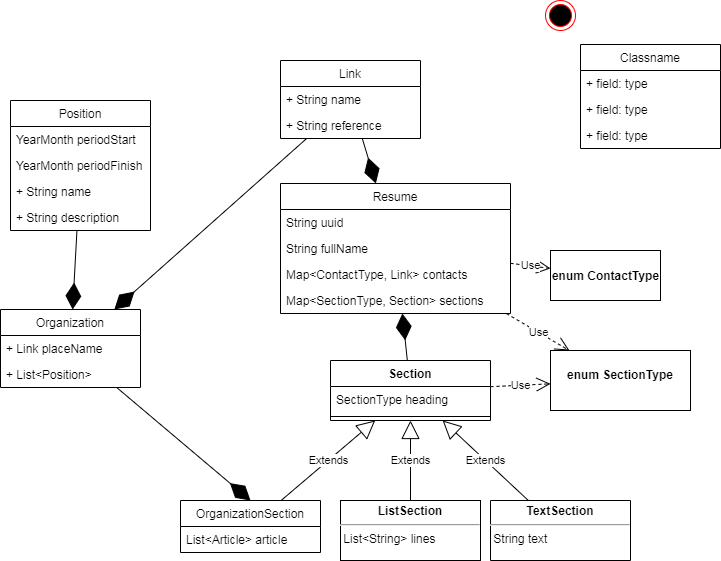
Earlier version of the draw.io export basejava.png (ticherti/basejava). Source tidied: cells renumbered, new cells last; positions are measured from the earlier drawing's top-left corner, leaving out a move shared by most shapes. Its diagram source:
```xml
<mxGraphModel>
  <root>
    <mxCell id="0" />
    <mxCell id="1" parent="0" />
    <mxCell id="2" value="Resume" style="swimlane;fontStyle=0;horizontal=1;startSize=26;fillColor=none;" parent="1" vertex="1">
      <mxGeometry x="280" y="183" width="230" height="130" as="geometry" />
    </mxCell>
    <mxCell id="3" value="String uuid" style="text;strokeColor=none;fillColor=none;align=left;verticalAlign=top;spacingLeft=4;spacingRight=4;overflow=hidden;" parent="2" vertex="1">
      <mxGeometry y="26" width="230" height="26" as="geometry" />
    </mxCell>
    <mxCell id="4" value="String fullName" style="text;strokeColor=none;fillColor=none;align=left;verticalAlign=top;spacingLeft=4;spacingRight=4;overflow=hidden;" parent="2" vertex="1">
      <mxGeometry y="52" width="230" height="26" as="geometry" />
    </mxCell>
    <mxCell id="5" value="Map&lt;ContactType, Link&gt; contacts " style="text;strokeColor=none;fillColor=none;align=left;verticalAlign=top;spacingLeft=4;spacingRight=4;overflow=hidden;" parent="2" vertex="1">
      <mxGeometry y="78" width="230" height="26" as="geometry" />
    </mxCell>
    <mxCell id="6" value="Map&lt;SectionType, Section&gt; sections" style="text;strokeColor=none;fillColor=none;align=left;verticalAlign=top;spacingLeft=4;spacingRight=4;overflow=hidden;" parent="2" vertex="1">
      <mxGeometry y="104" width="230" height="26" as="geometry" />
    </mxCell>
    <mxCell id="7" value="Section" style="swimlane;fontStyle=1;align=center;verticalAlign=top;horizontal=1;startSize=26;" parent="1" vertex="1">
      <mxGeometry x="330" y="360" width="160" height="60" as="geometry" />
    </mxCell>
    <mxCell id="8" value="SectionType heading" style="text;strokeColor=none;fillColor=none;align=left;verticalAlign=top;spacingLeft=4;spacingRight=4;overflow=hidden;" parent="7" vertex="1">
      <mxGeometry y="26" width="160" height="26" as="geometry" />
    </mxCell>
    <mxCell id="9" style="line;strokeWidth=1;fillColor=none;align=left;verticalAlign=middle;spacingTop=-1;spacingLeft=3;spacingRight=3;labelPosition=right;" parent="7" vertex="1">
      <mxGeometry y="52" width="160" height="8" as="geometry" />
    </mxCell>
    <mxCell id="10" value="&lt;p style=&quot;margin: 0px ; margin-top: 4px ; text-align: center&quot;&gt;&lt;b&gt;ListSection&lt;/b&gt;&lt;/p&gt;&lt;hr&gt;&lt;span style=&quot;white-space: pre&quot;&gt; &lt;/span&gt;List&amp;lt;String&amp;gt; lines" style="verticalAlign=top;align=left;overflow=fill;fontSize=12;fontFamily=Helvetica;html=1;" parent="1" vertex="1">
      <mxGeometry x="340" y="500" width="140" height="60" as="geometry" />
    </mxCell>
    <mxCell id="11" value="&lt;p style=&quot;margin: 0px ; margin-top: 4px ; text-align: center&quot;&gt;&lt;br&gt;&lt;b&gt;enum SectionType&lt;/b&gt;&lt;/p&gt;" style="verticalAlign=top;align=left;overflow=fill;fontSize=12;fontFamily=Helvetica;html=1;" parent="1" vertex="1">
      <mxGeometry x="550" y="350" width="140" height="60" as="geometry" />
    </mxCell>
    <mxCell id="12" value="&lt;p style=&quot;margin: 0px ; margin-top: 4px ; text-align: center&quot;&gt;&lt;b&gt;TextSection&lt;/b&gt;&lt;/p&gt;&lt;hr&gt;&lt;span style=&quot;white-space: pre&quot;&gt; &lt;/span&gt;String text" style="verticalAlign=top;align=left;overflow=fill;fontSize=12;fontFamily=Helvetica;html=1;strokeColor=#000000;direction=west;" parent="1" vertex="1">
      <mxGeometry x="490" y="500" width="140" height="60" as="geometry" />
    </mxCell>
    <mxCell id="13" value="Link" style="swimlane;fontStyle=0;horizontal=1;startSize=26;fillColor=none;strokeColor=#000000;" parent="1" vertex="1">
      <mxGeometry x="280" y="60" width="140" height="78" as="geometry" />
    </mxCell>
    <mxCell id="14" value="+ String name" style="text;strokeColor=none;fillColor=none;align=left;verticalAlign=top;spacingLeft=4;spacingRight=4;overflow=hidden;" parent="13" vertex="1">
      <mxGeometry y="26" width="140" height="26" as="geometry" />
    </mxCell>
    <mxCell id="15" value="+ String reference" style="text;strokeColor=none;fillColor=none;align=left;verticalAlign=top;spacingLeft=4;spacingRight=4;overflow=hidden;" parent="13" vertex="1">
      <mxGeometry y="52" width="140" height="26" as="geometry" />
    </mxCell>
    <mxCell id="16" value="Organization" style="swimlane;fontStyle=0;horizontal=1;startSize=26;fillColor=none;strokeColor=#000000;" parent="1" vertex="1">
      <mxGeometry y="309" width="140" height="78" as="geometry" />
    </mxCell>
    <mxCell id="17" value="+ Link placeName" style="text;strokeColor=none;fillColor=none;align=left;verticalAlign=top;spacingLeft=4;spacingRight=4;overflow=hidden;" parent="16" vertex="1">
      <mxGeometry y="26" width="140" height="26" as="geometry" />
    </mxCell>
    <mxCell id="18" value="+ List&lt;Position&gt;" style="text;strokeColor=none;fillColor=none;align=left;verticalAlign=top;spacingLeft=4;spacingRight=4;overflow=hidden;" parent="16" vertex="1">
      <mxGeometry y="52" width="140" height="26" as="geometry" />
    </mxCell>
    <mxCell id="19" value="Position" style="swimlane;fontStyle=0;horizontal=1;startSize=26;fillColor=none;strokeColor=#000000;" parent="1" vertex="1">
      <mxGeometry x="10" y="100" width="140" height="130" as="geometry" />
    </mxCell>
    <mxCell id="20" value="YearMonth periodStart" style="text;strokeColor=none;fillColor=none;align=left;verticalAlign=top;spacingLeft=4;spacingRight=4;overflow=hidden;" parent="19" vertex="1">
      <mxGeometry y="26" width="140" height="26" as="geometry" />
    </mxCell>
    <mxCell id="21" value="YearMonth periodFinish&#10;&#10;" style="text;strokeColor=none;fillColor=none;align=left;verticalAlign=top;spacingLeft=4;spacingRight=4;overflow=hidden;" parent="19" vertex="1">
      <mxGeometry y="52" width="140" height="26" as="geometry" />
    </mxCell>
    <mxCell id="22" value="+ String name" style="text;strokeColor=none;fillColor=none;align=left;verticalAlign=top;spacingLeft=4;spacingRight=4;overflow=hidden;" parent="19" vertex="1">
      <mxGeometry y="78" width="140" height="26" as="geometry" />
    </mxCell>
    <mxCell id="23" value="+ String description" style="text;strokeColor=none;fillColor=none;align=left;verticalAlign=top;spacingLeft=4;spacingRight=4;overflow=hidden;" parent="19" vertex="1">
      <mxGeometry y="104" width="140" height="26" as="geometry" />
    </mxCell>
    <mxCell id="24" style="endArrow=diamondThin;endFill=1;endSize=24;html=1;" parent="1" edge="1" source="7" target="2">
      <mxGeometry relative="1" as="geometry" />
    </mxCell>
    <mxCell id="25" style="endArrow=diamondThin;endFill=1;endSize=24;html=1;entryX=0.5;entryY=0;entryDx=0;entryDy=0;" parent="1" edge="1" source="16" target="30">
      <mxGeometry relative="1" as="geometry" />
    </mxCell>
    <mxCell id="26" value="Extends" style="endArrow=block;endSize=16;endFill=0;html=1;exitX=0.5;exitY=0;exitDx=0;exitDy=0;" parent="1" edge="1" source="10" target="7">
      <mxGeometry relative="1" as="geometry" />
    </mxCell>
    <mxCell id="27" value="Extends" style="endArrow=block;endSize=16;endFill=0;html=1;" parent="1" edge="1" source="12" target="7">
      <mxGeometry relative="1" as="geometry" />
    </mxCell>
    <mxCell id="28" style="endArrow=diamondThin;endFill=1;endSize=24;html=1;" parent="1" edge="1" source="13" target="16">
      <mxGeometry relative="1" as="geometry" />
    </mxCell>
    <mxCell id="29" style="endArrow=diamondThin;endFill=1;endSize=24;html=1;" parent="1" edge="1" source="19" target="16">
      <mxGeometry relative="1" as="geometry" />
    </mxCell>
    <mxCell id="30" value="OrganizationSection" style="swimlane;fontStyle=0;horizontal=1;startSize=26;fillColor=none;strokeColor=#000000;" parent="1" vertex="1">
      <mxGeometry x="180" y="500" width="140" height="52" as="geometry" />
    </mxCell>
    <mxCell id="31" value="List&lt;Article&gt; article" style="text;strokeColor=none;fillColor=none;align=left;verticalAlign=top;spacingLeft=4;spacingRight=4;overflow=hidden;" parent="30" vertex="1">
      <mxGeometry y="26" width="140" height="26" as="geometry" />
    </mxCell>
    <mxCell id="32" value="Extends" style="endArrow=block;endSize=16;endFill=0;html=1;" parent="1" edge="1" source="30" target="7">
      <mxGeometry relative="1" as="geometry" />
    </mxCell>
    <mxCell id="33" value="Use" style="endArrow=open;endSize=12;dashed=1;html=1;" parent="1" edge="1" source="7" target="11">
      <mxGeometry relative="1" as="geometry" />
    </mxCell>
    <mxCell id="34" value="Use" style="endArrow=open;endSize=12;dashed=1;html=1;" parent="1" edge="1" source="2" target="11">
      <mxGeometry relative="1" as="geometry" />
    </mxCell>
    <mxCell id="35" value="&lt;b&gt;enum ContactType&lt;/b&gt;" style="html=1;" parent="1" vertex="1">
      <mxGeometry x="550" y="250" width="110" height="50" as="geometry" />
    </mxCell>
    <mxCell id="36" value="Use" style="endArrow=open;endSize=12;dashed=1;html=1;" parent="1" edge="1" source="2" target="35">
      <mxGeometry relative="1" as="geometry" />
    </mxCell>
    <mxCell id="37" style="endArrow=diamondThin;endFill=1;endSize=24;html=1;" parent="1" edge="1" source="13" target="2">
      <mxGeometry relative="1" as="geometry" />
    </mxCell>
    <mxCell id="38" value="Classname" style="swimlane;fontStyle=0;horizontal=1;startSize=26;fillColor=none;" parent="1" vertex="1">
      <mxGeometry x="580" y="44" width="140" height="104" as="geometry" />
    </mxCell>
    <mxCell id="39" value="+ field: type" style="text;strokeColor=none;fillColor=none;align=left;verticalAlign=top;spacingLeft=4;spacingRight=4;overflow=hidden;" parent="38" vertex="1">
      <mxGeometry y="26" width="140" height="26" as="geometry" />
    </mxCell>
    <mxCell id="40" value="+ field: type" style="text;strokeColor=none;fillColor=none;align=left;verticalAlign=top;spacingLeft=4;spacingRight=4;overflow=hidden;" parent="38" vertex="1">
      <mxGeometry y="52" width="140" height="26" as="geometry" />
    </mxCell>
    <mxCell id="41" value="+ field: type" style="text;strokeColor=none;fillColor=none;align=left;verticalAlign=top;spacingLeft=4;spacingRight=4;overflow=hidden;" parent="38" vertex="1">
      <mxGeometry y="78" width="140" height="26" as="geometry" />
    </mxCell>
    <mxCell id="42" style="ellipse;html=1;shape=endState;fillColor=#000000;strokeColor=#ff0000;" parent="1" vertex="1">
      <mxGeometry x="545" width="30" height="30" as="geometry" />
    </mxCell>
  </root>
</mxGraphModel>
```
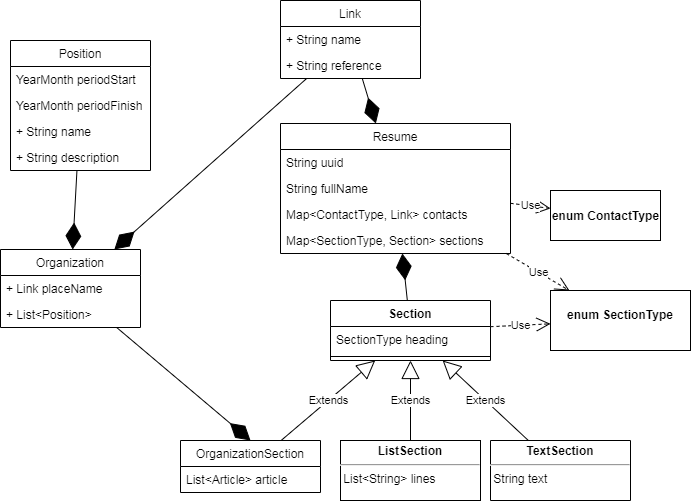
Later version of the same file.

Diff of the diagram source:
```diff
@@ -110,20 +110,5 @@
     <mxCell id="37" style="endArrow=diamondThin;endFill=1;endSize=24;html=1;" parent="1" edge="1" source="13" target="2">
       <mxGeometry relative="1" as="geometry" />
     </mxCell>
-    <mxCell id="38" value="Classname" style="swimlane;fontStyle=0;horizontal=1;startSize=26;fillColor=none;" parent="1" vertex="1">
-      <mxGeometry x="580" y="44" width="140" height="104" as="geometry" />
-    </mxCell>
-    <mxCell id="39" value="+ field: type" style="text;strokeColor=none;fillColor=none;align=left;verticalAlign=top;spacingLeft=4;spacingRight=4;overflow=hidden;" parent="38" vertex="1">
-      <mxGeometry y="26" width="140" height="26" as="geometry" />
-    </mxCell>
-    <mxCell id="40" value="+ field: type" style="text;strokeColor=none;fillColor=none;align=left;verticalAlign=top;spacingLeft=4;spacingRight=4;overflow=hidden;" parent="38" vertex="1">
-      <mxGeometry y="52" width="140" height="26" as="geometry" />
-    </mxCell>
-    <mxCell id="41" value="+ field: type" style="text;strokeColor=none;fillColor=none;align=left;verticalAlign=top;spacingLeft=4;spacingRight=4;overflow=hidden;" parent="38" vertex="1">
-      <mxGeometry y="78" width="140" height="26" as="geometry" />
-    </mxCell>
-    <mxCell id="42" style="ellipse;html=1;shape=endState;fillColor=#000000;strokeColor=#ff0000;" parent="1" vertex="1">
-      <mxGeometry x="545" width="30" height="30" as="geometry" />
-    </mxCell>
   </root>
 </mxGraphModel>
```
